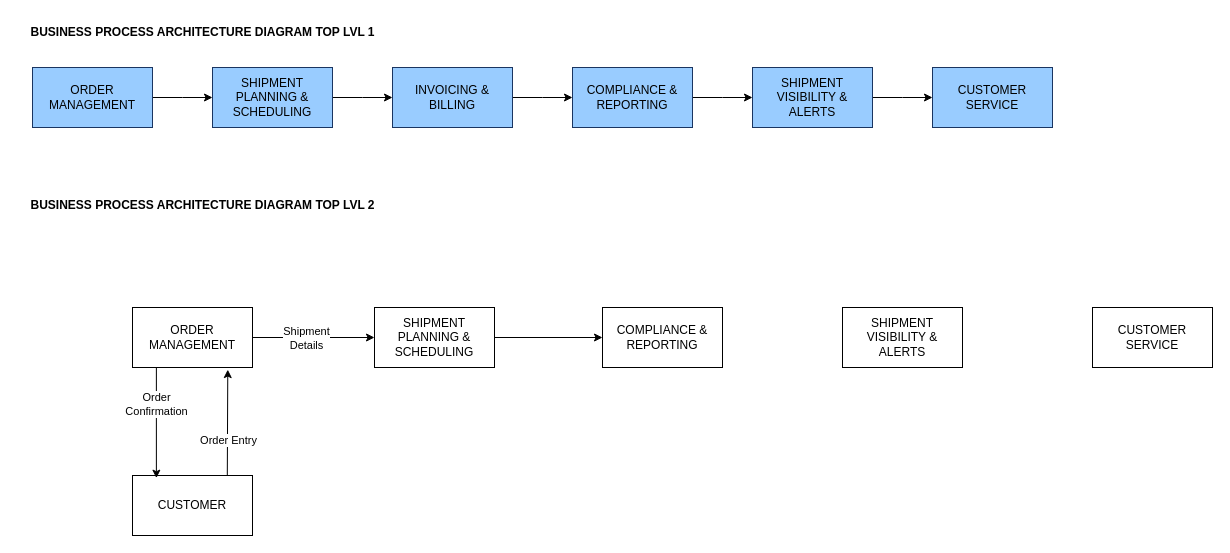
The draw.io diagram bpa.drawio in mrepol742/axleshift-core1, before the edit. Source tidied: cells renumbered, new cells numbered last; positions are measured from the earlier drawing's top-left corner, leaving out a move shared by most shapes. Both pictures are drawn from the tidied source at 100%, with x=0, y=0 at pixel (17, 17).
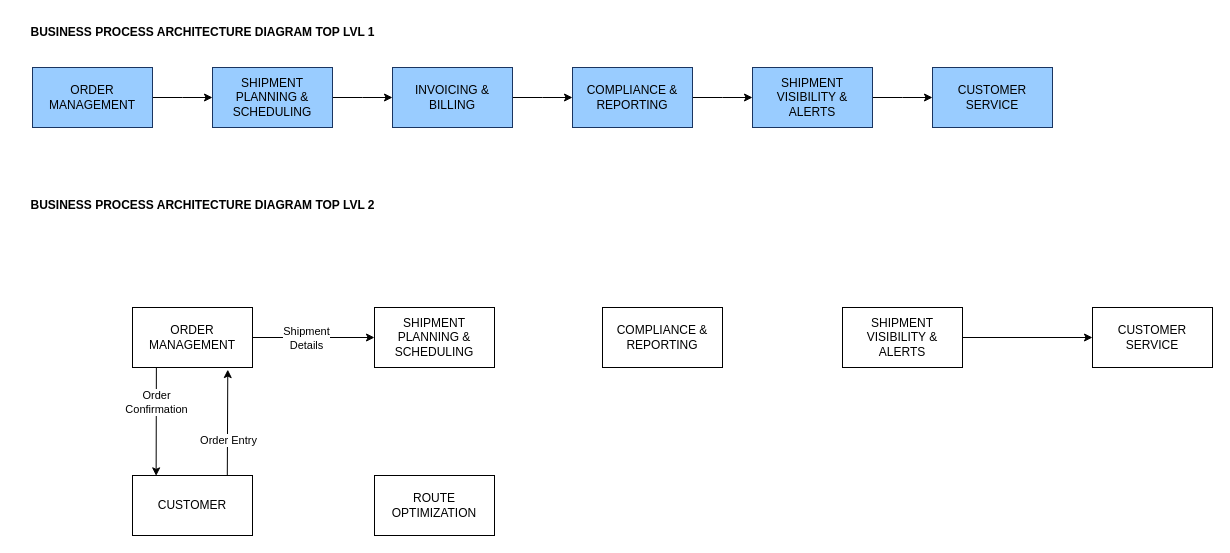
The same diagram, later.

Unchanged cells that the change refers to:
```xml
<mxCell id="17" value="ORDER MANAGEMENT" style="whiteSpace=wrap;html=1;" parent="1" vertex="1">
  <mxGeometry x="115" y="290" width="120" height="60" as="geometry" />
</mxCell>
<mxCell id="18" value="CUSTOMER" style="whiteSpace=wrap;html=1;" parent="1" vertex="1">
  <mxGeometry x="115" y="458" width="120" height="60" as="geometry" />
</mxCell>
<mxCell id="24" value="SHIPMENT PLANNING &amp;amp; SCHEDULING" style="whiteSpace=wrap;html=1;" parent="1" vertex="1">
  <mxGeometry x="357" y="290" width="120" height="60" as="geometry" />
</mxCell>
<mxCell id="25" value="COMPLIANCE &amp;amp; REPORTING" style="whiteSpace=wrap;html=1;" parent="1" vertex="1">
  <mxGeometry x="585" y="290" width="120" height="60" as="geometry" />
</mxCell>
<mxCell id="26" value="SHIPMENT VISIBILITY &amp;amp; ALERTS" style="whiteSpace=wrap;html=1;" parent="1" vertex="1">
  <mxGeometry x="825" y="290" width="120" height="60" as="geometry" />
</mxCell>
<mxCell id="27" value="CUSTOMER SERVICE" style="whiteSpace=wrap;html=1;" parent="1" vertex="1">
  <mxGeometry x="1075" y="290" width="120" height="60" as="geometry" />
</mxCell>
```

What changed in the source:
```diff
@@
-    <mxCell id="21" style="endArrow=classic;html=1;rounded=0;exitX=0.199;exitY=1;exitDx=0;exitDy=0;exitPerimeter=0;entryX=0.199;entryY=0.044;entryDx=0;entryDy=0;entryPerimeter=0;" parent="1" edge="1" source="17" target="18">
+    <mxCell id="21" style="endArrow=classic;html=1;rounded=0;exitX=0.199;exitY=1;exitDx=0;exitDy=0;exitPerimeter=0;entryX=0.197;entryY=0.006;entryDx=0;entryDy=0;entryPerimeter=0;" parent="1" edge="1" source="17" target="18">
       <mxGeometry relative="1" as="geometry" />
     </mxCell>
@@
-    <mxCell id="23" style="edgeStyle=orthogonalEdgeStyle;rounded=0;jettySize=auto;html=1;entryX=0;entryY=0.5;entryDx=0;entryDy=0;" parent="1" edge="1" source="24" target="25">
-      <mxGeometry relative="1" as="geometry" />
-    </mxCell>
@@
+    <mxCell id="28" style="edgeStyle=none;html=1;entryX=0;entryY=0.5;entryDx=0;entryDy=0;" parent="1" edge="1" source="26" target="27">
+      <mxGeometry relative="1" as="geometry" />
+    </mxCell>
@@
+    <mxCell id="29" value="ROUTE&lt;br&gt;OPTIMIZATION" style="whiteSpace=wrap;html=1;" parent="1" vertex="1">
+      <mxGeometry x="357" y="458" width="120" height="60" as="geometry" />
+    </mxCell>
```
